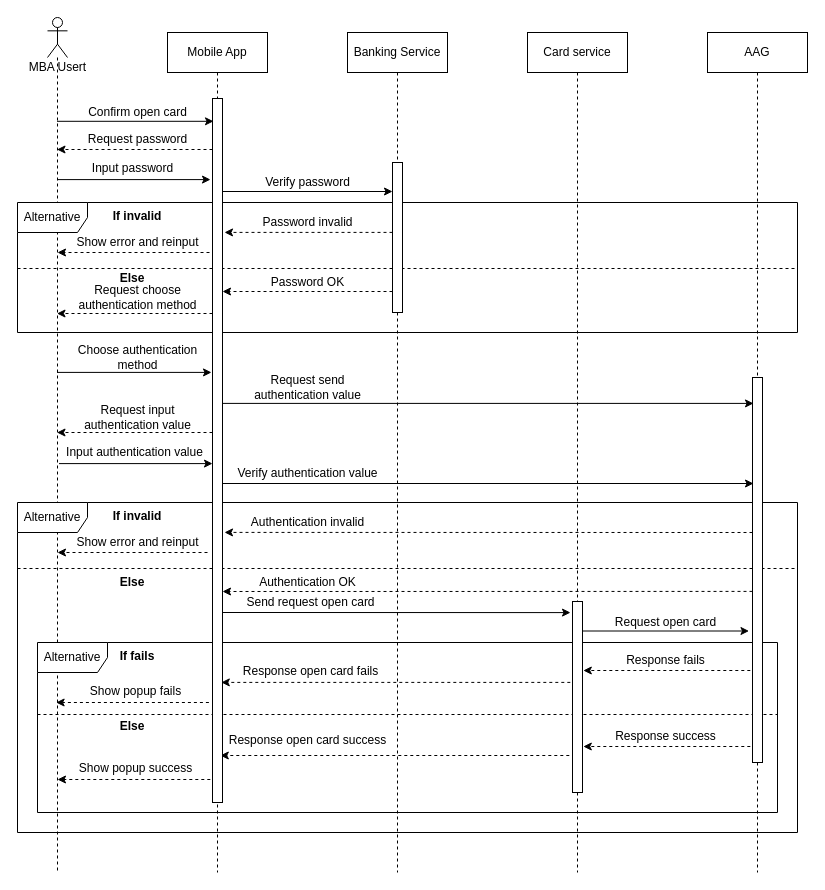
Before: page "Open-card-confirm" (4 of 14) of Sequence Diagram.drawio in lyminh1994/diagram, a draw.io diagram. Source tidied: cells renumbered, new cells numbered last; positions are measured from the earlier drawing's top-left corner, leaving out a move shared by most shapes. Both pictures are drawn from the tidied source at 100%, with x=0, y=0 at pixel (17, 17).
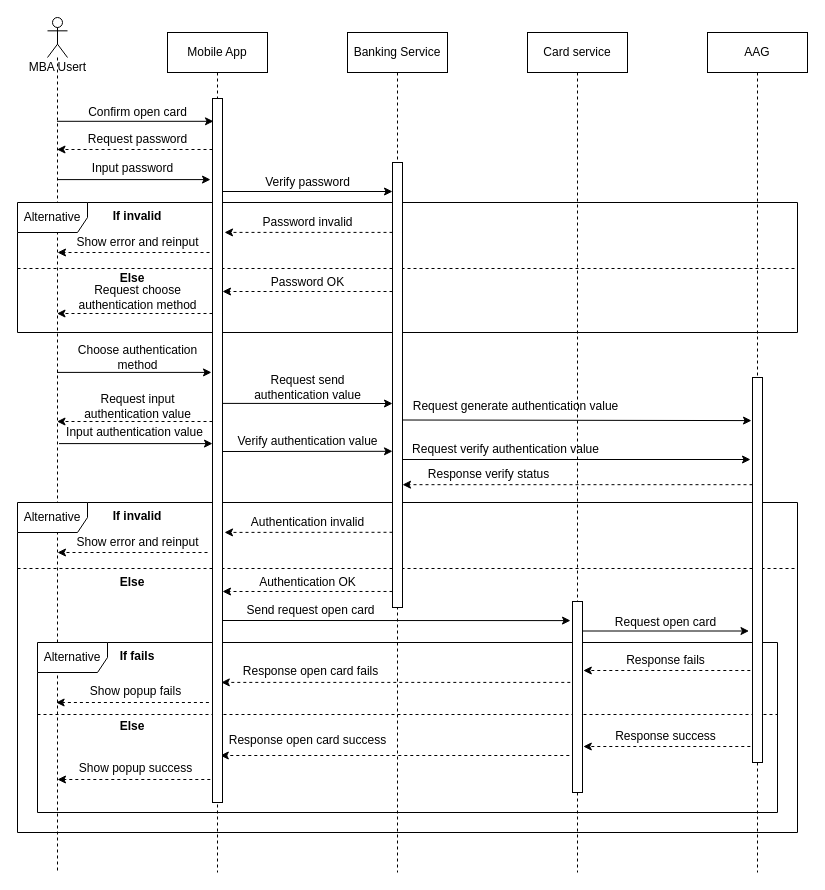
Above is the later version.

The change refers to these unchanged cells:
```xml
<mxCell id="64" style="html=1;points=[];perimeter=orthogonalPerimeter;" parent="1" vertex="1">
  <mxGeometry x="735" y="360" width="10" height="385" as="geometry" />
</mxCell>
```

Change to the diagram source:
```diff
@@
-    <mxCell id="27" style="edgeStyle=none;rounded=0;orthogonalLoop=1;jettySize=auto;html=1;entryX=0.1;entryY=0.638;entryDx=0;entryDy=0;entryPerimeter=0;" parent="1" edge="1">
+    <mxCell id="27" style="edgeStyle=none;rounded=0;orthogonalLoop=1;jettySize=auto;html=1;entryX=0;entryY=0.79;entryDx=0;entryDy=0;entryPerimeter=0;" parent="1" edge="1">
       <mxGeometry relative="1" as="geometry">
         <mxPoint x="205" y="385.9" as="sourcePoint" />
-        <mxPoint x="736" y="385.9" as="targetPoint" />
+        <mxPoint x="375" y="386" as="targetPoint" />
       </mxGeometry>
     </mxCell>
     <mxCell id="28" style="edgeStyle=none;rounded=0;orthogonalLoop=1;jettySize=auto;html=1;dashed=1;" parent="1" edge="1">
       <mxGeometry relative="1" as="geometry">
-        <mxPoint x="195" y="415" as="sourcePoint" />
-        <mxPoint x="39.5" y="415" as="targetPoint" />
+        <mxPoint x="195" y="404" as="sourcePoint" />
+        <mxPoint x="39.5" y="404" as="targetPoint" />
       </mxGeometry>
     </mxCell>
-    <mxCell id="29" style="edgeStyle=none;rounded=0;orthogonalLoop=1;jettySize=auto;html=1;entryX=0.1;entryY=0.769;entryDx=0;entryDy=0;entryPerimeter=0;" parent="1" edge="1">
+    <mxCell id="29" style="edgeStyle=none;rounded=0;orthogonalLoop=1;jettySize=auto;html=1;entryX=0;entryY=0.721;entryDx=0;entryDy=0;entryPerimeter=0;" parent="1" edge="1">
       <mxGeometry relative="1" as="geometry">
-        <mxPoint x="205" y="466" as="sourcePoint" />
-        <mxPoint x="736" y="466" as="targetPoint" />
+        <mxPoint x="205" y="434" as="sourcePoint" />
+        <mxPoint x="375" y="433.8" as="targetPoint" />
       </mxGeometry>
     </mxCell>
@@
     <mxCell id="31" value="Request input&lt;br&gt;authentication value" style="text;html=1;align=center;verticalAlign=middle;strokeColor=none;fontSize=12;" parent="1" vertex="1">
-      <mxGeometry x="60" y="385" width="120" height="30" as="geometry" />
+      <mxGeometry x="60" y="374" width="120" height="30" as="geometry" />
     </mxCell>
     <mxCell id="32" value="Verify authentication value" style="text;html=1;align=center;verticalAlign=middle;strokeColor=none;fontSize=12;" parent="1" vertex="1">
-      <mxGeometry x="210" y="446" width="160" height="20" as="geometry" />
+      <mxGeometry x="210" y="414" width="160" height="20" as="geometry" />
     </mxCell>
@@
-    <mxCell id="38" style="edgeStyle=none;rounded=0;orthogonalLoop=1;jettySize=auto;html=1;entryX=1.2;entryY=0.385;entryDx=0;entryDy=0;entryPerimeter=0;fontSize=12;dashed=1;exitX=0;exitY=0.352;exitDx=0;exitDy=0;exitPerimeter=0;" parent="1" edge="1">
+    <mxCell id="38" style="edgeStyle=none;rounded=0;jettySize=auto;html=1;entryX=1.2;entryY=0.385;entryDx=0;entryDy=0;entryPerimeter=0;fontSize=12;dashed=1;exitX=0;exitY=0.831;exitDx=0;exitDy=0;exitPerimeter=0;" parent="1" edge="1" source="74">
       <mxGeometry relative="1" as="geometry">
-        <mxPoint x="735" y="515" as="sourcePoint" />
         <mxPoint x="207" y="514.9" as="targetPoint" />
       </mxGeometry>
     </mxCell>
-    <mxCell id="39" style="edgeStyle=none;rounded=0;orthogonalLoop=1;jettySize=auto;html=1;entryX=1;entryY=0.553;entryDx=0;entryDy=0;entryPerimeter=0;dashed=1;fontSize=12;exitX=0;exitY=0.518;exitDx=0;exitDy=0;exitPerimeter=0;" parent="1" edge="1">
+    <mxCell id="39" style="edgeStyle=none;rounded=0;jettySize=auto;html=1;entryX=1;entryY=0.553;entryDx=0;entryDy=0;entryPerimeter=0;dashed=1;fontSize=12;exitX=0;exitY=0.964;exitDx=0;exitDy=0;exitPerimeter=0;" parent="1" edge="1" source="74">
       <mxGeometry relative="1" as="geometry">
-        <mxPoint x="735" y="573.9" as="sourcePoint" />
         <mxPoint x="205" y="574" as="targetPoint" />
       </mxGeometry>
     </mxCell>
@@
     <mxCell id="44" value="Send request open card" style="text;html=1;align=center;verticalAlign=middle;strokeColor=none;fontSize=12;" parent="1" vertex="1">
-      <mxGeometry x="222.8" y="575" width="140" height="20" as="geometry" />
+      <mxGeometry x="222.8" y="583" width="140" height="20" as="geometry" />
     </mxCell>
@@
     <mxCell id="52" style="edgeStyle=none;rounded=0;orthogonalLoop=1;jettySize=auto;html=1;entryX=0.025;entryY=0.118;entryDx=0;entryDy=0;entryPerimeter=0;fontSize=12;" parent="1" edge="1">
       <mxGeometry relative="1" as="geometry">
-        <mxPoint x="202.8" y="595" as="sourcePoint" />
-        <mxPoint x="553" y="595.1" as="targetPoint" />
+        <mxPoint x="202.8" y="603" as="sourcePoint" />
+        <mxPoint x="553" y="603.1" as="targetPoint" />
       </mxGeometry>
     </mxCell>
@@
+    <mxCell id="71" style="edgeStyle=none;rounded=0;jettySize=auto;html=1;entryX=1;entryY=0.724;entryDx=0;entryDy=0;entryPerimeter=0;dashed=1;" parent="1" edge="1" source="64" target="74">
+      <mxGeometry relative="1" as="geometry" />
+    </mxCell>
@@
-    <mxCell id="67" style="html=1;perimeter=orthogonalPerimeter;fontSize=12;verticalAlign=middle;" parent="1" vertex="1">
-      <mxGeometry x="375" y="145" width="10" height="150" as="geometry" />
-    </mxCell>
@@
     <mxCell id="69" style="edgeStyle=none;rounded=0;orthogonalLoop=1;jettySize=auto;html=1;entryX=-0.2;entryY=0.209;entryDx=0;entryDy=0;entryPerimeter=0;fontSize=12;" parent="1" edge="1">
       <mxGeometry relative="1" as="geometry">
-        <mxPoint x="41.5" y="446.1" as="sourcePoint" />
-        <mxPoint x="195" y="446.1" as="targetPoint" />
+        <mxPoint x="41.5" y="426.1" as="sourcePoint" />
+        <mxPoint x="195" y="426.1" as="targetPoint" />
       </mxGeometry>
     </mxCell>
     <mxCell id="70" value="Input authentication value" style="text;html=1;align=center;verticalAlign=middle;strokeColor=none;fontSize=12;" parent="1" vertex="1">
-      <mxGeometry x="42" y="425" width="150" height="20" as="geometry" />
+      <mxGeometry x="42" y="405" width="150" height="20" as="geometry" />
     </mxCell>
+    <mxCell id="72" style="rounded=0;orthogonalLoop=1;jettySize=auto;html=1;entryX=-0.1;entryY=0.021;entryDx=0;entryDy=0;entryPerimeter=0;" parent="1" edge="1">
+      <mxGeometry relative="1" as="geometry">
+        <mxPoint x="385" y="402.5" as="sourcePoint" />
+        <mxPoint x="734" y="403.1" as="targetPoint" />
+      </mxGeometry>
+    </mxCell>
+    <mxCell id="73" style="edgeStyle=none;rounded=0;orthogonalLoop=1;jettySize=auto;html=1;entryX=-0.2;entryY=0.252;entryDx=0;entryDy=0;entryPerimeter=0;" parent="1" edge="1">
+      <mxGeometry relative="1" as="geometry">
+        <mxPoint x="385" y="442" as="sourcePoint" />
+        <mxPoint x="733" y="442" as="targetPoint" />
+      </mxGeometry>
+    </mxCell>
+    <mxCell id="74" style="html=1;points=[];perimeter=orthogonalPerimeter;fontSize=12;verticalAlign=middle;" parent="1" vertex="1">
+      <mxGeometry x="375" y="145" width="10" height="445" as="geometry" />
+    </mxCell>
+    <mxCell id="75" value="Request generate authentication value" style="text;html=1;align=center;verticalAlign=middle;strokeColor=none;fontSize=12;" parent="1" vertex="1">
+      <mxGeometry x="387.8" y="379" width="220" height="20" as="geometry" />
+    </mxCell>
+    <mxCell id="76" value="Request verify authentication value" style="text;html=1;align=center;verticalAlign=middle;strokeColor=none;fontSize=12;" parent="1" vertex="1">
+      <mxGeometry x="387.8" y="421.5" width="200" height="20" as="geometry" />
+    </mxCell>
+    <mxCell id="77" value="Response verify status" style="text;html=1;align=center;verticalAlign=middle;strokeColor=none;fontSize=12;" parent="1" vertex="1">
+      <mxGeometry x="401" y="447" width="140" height="20" as="geometry" />
+    </mxCell>
```
